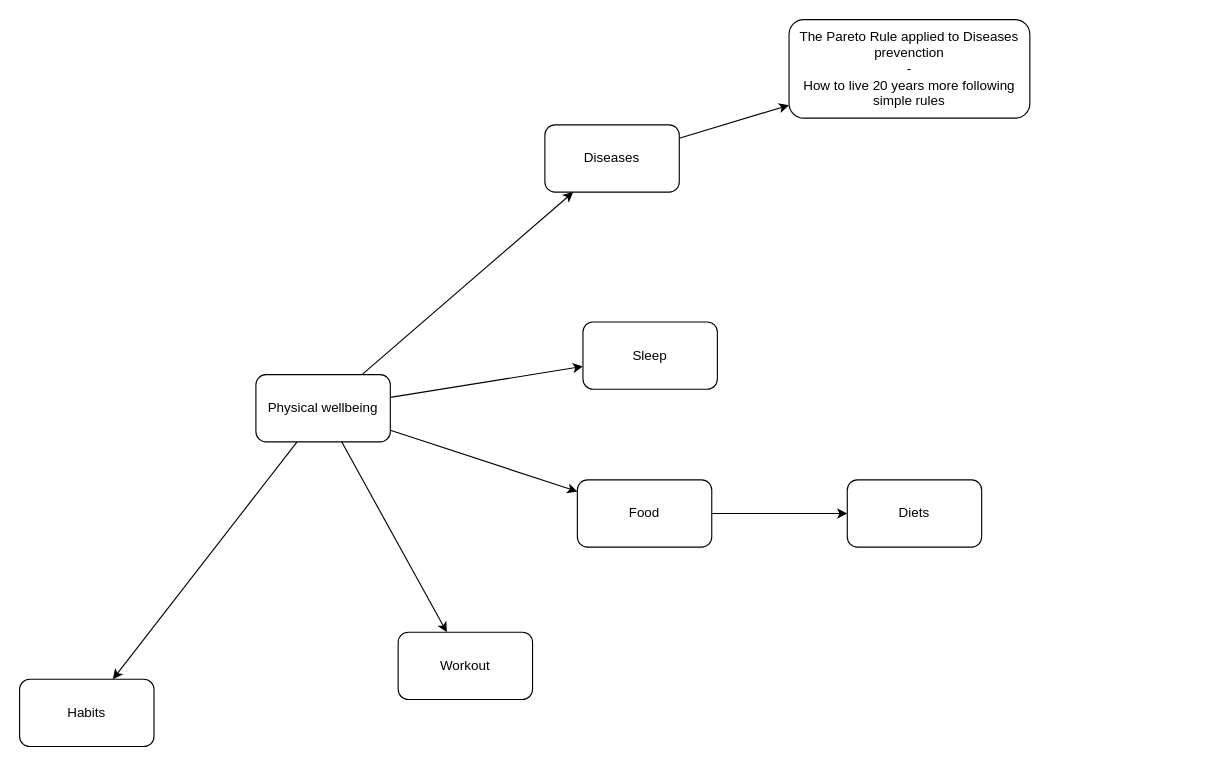
Before: page "Health" (4 of 4) of Wellbeing.drawio in alfonsograziano/personal-blog, a draw.io diagram. Source tidied: cells renumbered, new cells numbered last; positions are measured from the earlier drawing's top-left corner, leaving out a move shared by most shapes. Both pictures are drawn from the tidied source at 112%, with x=0, y=0 at pixel (19, 19).
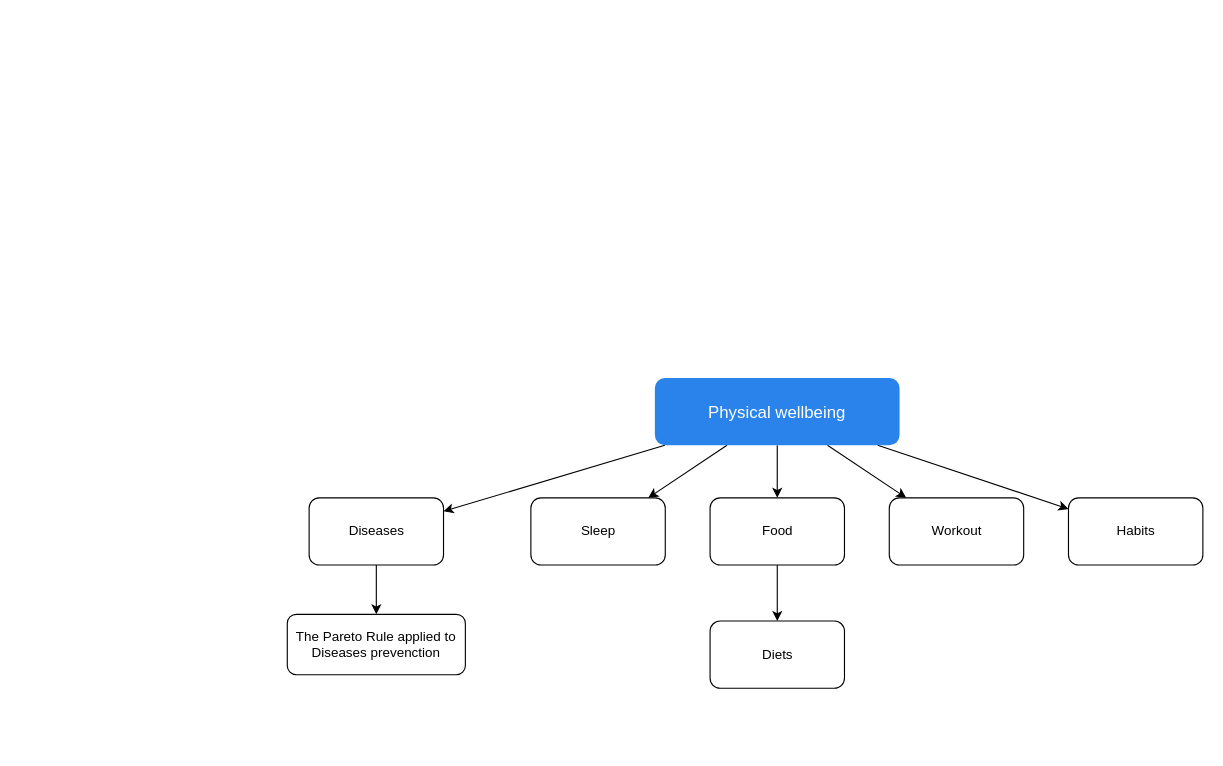
The same page after the edit.

Change to the diagram source:
```diff
@@
 <mxGraphModel>
   <root>
     <mxCell id="0" />
     <mxCell id="1" parent="0" />
     <mxCell id="2" style="edgeStyle=none;rounded=0;jettySize=auto;html=1;" parent="1" edge="1" source="7" target="14">
       <mxGeometry relative="1" as="geometry" />
     </mxCell>
     <mxCell id="3" style="edgeStyle=none;rounded=0;jettySize=auto;html=1;" parent="1" edge="1" source="7" target="8">
       <mxGeometry relative="1" as="geometry" />
     </mxCell>
     <mxCell id="4" style="edgeStyle=none;rounded=0;jettySize=auto;html=1;" parent="1" edge="1" source="7" target="10">
       <mxGeometry relative="1" as="geometry" />
     </mxCell>
     <mxCell id="5" style="edgeStyle=none;rounded=0;jettySize=auto;html=1;" parent="1" edge="1" source="7" target="11">
       <mxGeometry relative="1" as="geometry" />
     </mxCell>
     <mxCell id="6" style="edgeStyle=none;rounded=0;jettySize=auto;html=1;" parent="1" edge="1" source="7" target="12">
       <mxGeometry relative="1" as="geometry" />
     </mxCell>
-    <mxCell id="7" value="Physical wellbeing" style="rounded=1;whiteSpace=wrap;html=1;" parent="1" vertex="1">
-      <mxGeometry x="211" y="317" width="120" height="60" as="geometry" />
+    <mxCell id="7" value="Physical wellbeing" style="rounded=1;whiteSpace=wrap;html=1;fontSize=15;fillColor=#2a83eb;strokeColor=none;fontColor=#ffffff;" parent="1" vertex="1">
+      <mxGeometry x="567.2" y="320" width="218.5" height="60" as="geometry" />
     </mxCell>
     <mxCell id="8" value="Sleep" style="rounded=1;whiteSpace=wrap;html=1;" parent="1" vertex="1">
-      <mxGeometry x="503" y="270" width="120" height="60" as="geometry" />
+      <mxGeometry x="456.5" y="427" width="120" height="60" as="geometry" />
     </mxCell>
     <mxCell id="9" style="edgeStyle=none;rounded=0;jettySize=auto;html=1;" parent="1" edge="1" source="10" target="16">
       <mxGeometry relative="1" as="geometry" />
     </mxCell>
     <mxCell id="10" value="Food" style="rounded=1;whiteSpace=wrap;html=1;" parent="1" vertex="1">
-      <mxGeometry x="498" y="411" width="120" height="60" as="geometry" />
+      <mxGeometry x="616.5" y="427" width="120" height="60" as="geometry" />
     </mxCell>
     <mxCell id="11" value="Workout" style="rounded=1;whiteSpace=wrap;html=1;" parent="1" vertex="1">
-      <mxGeometry x="338" y="547" width="120" height="60" as="geometry" />
+      <mxGeometry x="776.5" y="427" width="120" height="60" as="geometry" />
     </mxCell>
     <mxCell id="12" value="Habits" style="rounded=1;whiteSpace=wrap;html=1;" parent="1" vertex="1">
-      <mxGeometry y="589" width="120" height="60" as="geometry" />
+      <mxGeometry x="936.5" y="427" width="120" height="60" as="geometry" />
     </mxCell>
     <mxCell id="13" style="edgeStyle=none;rounded=0;jettySize=auto;html=1;" parent="1" edge="1" source="14" target="15">
       <mxGeometry relative="1" as="geometry" />
     </mxCell>
     <mxCell id="14" value="Diseases" style="rounded=1;whiteSpace=wrap;html=1;" parent="1" vertex="1">
-      <mxGeometry x="469" y="94" width="120" height="60" as="geometry" />
+      <mxGeometry x="258.5" y="427" width="120" height="60" as="geometry" />
     </mxCell>
-    <mxCell id="15" value="The Pareto Rule applied to Diseases prevenction&lt;br&gt;-&lt;br&gt;How to live 20 years more following simple rules" style="rounded=1;whiteSpace=wrap;html=1;" parent="1" vertex="1">
-      <mxGeometry x="687" width="215" height="88" as="geometry" />
+    <mxCell id="15" value="The Pareto Rule applied to Diseases prevenction" style="rounded=1;whiteSpace=wrap;html=1;" parent="1" vertex="1">
+      <mxGeometry x="239" y="531" width="159" height="54" as="geometry" />
     </mxCell>
     <mxCell id="16" value="Diets" style="rounded=1;whiteSpace=wrap;html=1;" parent="1" vertex="1">
-      <mxGeometry x="739" y="411" width="120" height="60" as="geometry" />
+      <mxGeometry x="616.5" y="537" width="120" height="60" as="geometry" />
     </mxCell>
   </root>
 </mxGraphModel>
```
